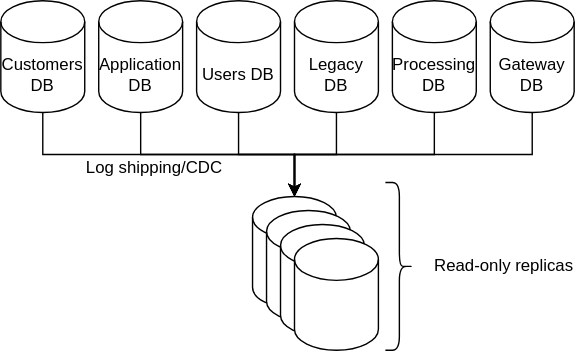
Earlier version of the draw.io export presentations/diagrams/problem-2-data-extraction-pipeline.svg (andykuszyk/andykuszyk.github.io). Source tidied: cells renumbered, new cells last; positions are measured from the earlier drawing's top-left corner, leaving out a move shared by most shapes. Its diagram source:
```xml
<mxGraphModel>
  <root>
    <mxCell id="0" />
    <mxCell id="1" parent="0" />
    <mxCell id="2" style="edgeStyle=orthogonalEdgeStyle;rounded=0;orthogonalLoop=1;jettySize=auto;html=1;entryX=0.5;entryY=0;entryDx=0;entryDy=0;" parent="1" edge="1">
      <mxGeometry relative="1" as="geometry">
        <mxPoint x="340" y="330" as="sourcePoint" />
      </mxGeometry>
    </mxCell>
    <mxCell id="3" style="edgeStyle=orthogonalEdgeStyle;rounded=0;jettySize=auto;html=1;entryX=0.5;entryY=0;entryDx=0;entryDy=0;entryPerimeter=0;exitX=0.5;exitY=1;exitDx=0;exitDy=0;exitPerimeter=0;" parent="1" edge="1" source="4" target="15">
      <mxGeometry relative="1" as="geometry" />
    </mxCell>
    <mxCell id="4" value="Customers DB" style="shape=cylinder3;whiteSpace=wrap;html=1;boundedLbl=1;backgroundOutline=1;size=15;" parent="1" vertex="1">
      <mxGeometry width="60" height="80" as="geometry" />
    </mxCell>
    <mxCell id="5" style="edgeStyle=orthogonalEdgeStyle;rounded=0;jettySize=auto;html=1;entryX=0.5;entryY=0;entryDx=0;entryDy=0;entryPerimeter=0;exitX=0.5;exitY=1;exitDx=0;exitDy=0;exitPerimeter=0;" parent="1" edge="1" source="6" target="15">
      <mxGeometry relative="1" as="geometry" />
    </mxCell>
    <mxCell id="6" value="Application DB" style="shape=cylinder3;whiteSpace=wrap;html=1;boundedLbl=1;backgroundOutline=1;size=15;" parent="1" vertex="1">
      <mxGeometry x="70" width="60" height="80" as="geometry" />
    </mxCell>
    <mxCell id="7" style="edgeStyle=orthogonalEdgeStyle;rounded=0;jettySize=auto;html=1;entryX=0.5;entryY=0;entryDx=0;entryDy=0;entryPerimeter=0;" parent="1" edge="1" source="8" target="15">
      <mxGeometry relative="1" as="geometry" />
    </mxCell>
    <mxCell id="8" value="Users DB" style="shape=cylinder3;whiteSpace=wrap;html=1;boundedLbl=1;backgroundOutline=1;size=15;" parent="1" vertex="1">
      <mxGeometry x="140" width="60" height="80" as="geometry" />
    </mxCell>
    <mxCell id="9" style="edgeStyle=orthogonalEdgeStyle;rounded=0;jettySize=auto;html=1;entryX=0.5;entryY=0;entryDx=0;entryDy=0;entryPerimeter=0;exitX=0.5;exitY=1;exitDx=0;exitDy=0;exitPerimeter=0;" parent="1" edge="1" source="10" target="15">
      <mxGeometry relative="1" as="geometry" />
    </mxCell>
    <mxCell id="10" value="Gateway DB" style="shape=cylinder3;whiteSpace=wrap;html=1;boundedLbl=1;backgroundOutline=1;size=15;" parent="1" vertex="1">
      <mxGeometry x="350" width="60" height="80" as="geometry" />
    </mxCell>
    <mxCell id="11" style="edgeStyle=orthogonalEdgeStyle;rounded=0;jettySize=auto;html=1;entryX=0.5;entryY=0;entryDx=0;entryDy=0;entryPerimeter=0;exitX=0.5;exitY=1;exitDx=0;exitDy=0;exitPerimeter=0;" parent="1" edge="1" source="12" target="15">
      <mxGeometry relative="1" as="geometry" />
    </mxCell>
    <mxCell id="12" value="Processing DB" style="shape=cylinder3;whiteSpace=wrap;html=1;boundedLbl=1;backgroundOutline=1;size=15;" parent="1" vertex="1">
      <mxGeometry x="280" width="60" height="80" as="geometry" />
    </mxCell>
    <mxCell id="13" style="edgeStyle=orthogonalEdgeStyle;rounded=0;jettySize=auto;html=1;entryX=0.5;entryY=0;entryDx=0;entryDy=0;entryPerimeter=0;exitX=0.5;exitY=1;exitDx=0;exitDy=0;exitPerimeter=0;" parent="1" edge="1" source="14" target="15">
      <mxGeometry relative="1" as="geometry" />
    </mxCell>
    <mxCell id="14" value="Legacy DB" style="shape=cylinder3;whiteSpace=wrap;html=1;boundedLbl=1;backgroundOutline=1;size=15;" parent="1" vertex="1">
      <mxGeometry x="210" width="60" height="80" as="geometry" />
    </mxCell>
    <mxCell id="15" style="shape=cylinder3;whiteSpace=wrap;html=1;boundedLbl=1;backgroundOutline=1;size=15;" parent="1" vertex="1">
      <mxGeometry x="180" y="140" width="60" height="80" as="geometry" />
    </mxCell>
    <mxCell id="16" style="shape=cylinder3;whiteSpace=wrap;html=1;boundedLbl=1;backgroundOutline=1;size=15;" parent="1" vertex="1">
      <mxGeometry x="190" y="150" width="60" height="80" as="geometry" />
    </mxCell>
    <mxCell id="17" style="shape=cylinder3;whiteSpace=wrap;html=1;boundedLbl=1;backgroundOutline=1;size=15;" parent="1" vertex="1">
      <mxGeometry x="200" y="160" width="60" height="80" as="geometry" />
    </mxCell>
    <mxCell id="18" style="shape=cylinder3;whiteSpace=wrap;html=1;boundedLbl=1;backgroundOutline=1;size=15;" parent="1" vertex="1">
      <mxGeometry x="210" y="170" width="60" height="80" as="geometry" />
    </mxCell>
    <mxCell id="19" style="shape=curlyBracket;whiteSpace=wrap;html=1;rounded=1;direction=west;" parent="1" vertex="1">
      <mxGeometry x="275" y="130" width="20" height="120" as="geometry" />
    </mxCell>
    <mxCell id="20" value="Read-only replicas" style="text;html=1;strokeColor=none;fillColor=none;align=center;verticalAlign=middle;whiteSpace=wrap;rounded=0;" parent="1" vertex="1">
      <mxGeometry x="305" y="180" width="110" height="20" as="geometry" />
    </mxCell>
    <mxCell id="21" value="Log shipping/CDC" style="text;html=1;strokeColor=none;fillColor=none;align=center;verticalAlign=middle;whiteSpace=wrap;rounded=0;" parent="1" vertex="1">
      <mxGeometry x="50" y="110" width="120" height="20" as="geometry" />
    </mxCell>
  </root>
</mxGraphModel>
```
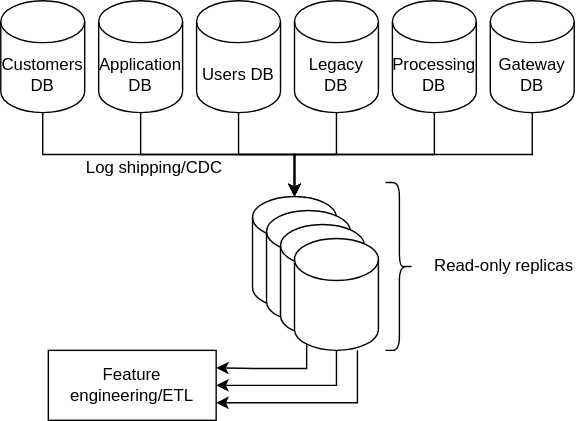
Later version of the same file.

Change to the diagram source:
```diff
@@ -52,6 +52,20 @@
     <mxCell id="17" style="shape=cylinder3;whiteSpace=wrap;html=1;boundedLbl=1;backgroundOutline=1;size=15;" parent="1" vertex="1">
       <mxGeometry x="200" y="160" width="60" height="80" as="geometry" />
     </mxCell>
+    <mxCell id="22" style="edgeStyle=orthogonalEdgeStyle;rounded=0;jettySize=auto;html=1;entryX=1;entryY=0.75;entryDx=0;entryDy=0;exitX=0.75;exitY=1;exitDx=0;exitDy=0;exitPerimeter=0;" parent="1" edge="1" source="18" target="25">
+      <mxGeometry relative="1" as="geometry" />
+    </mxCell>
+    <mxCell id="23" style="edgeStyle=orthogonalEdgeStyle;rounded=0;jettySize=auto;html=1;entryX=1;entryY=0.5;entryDx=0;entryDy=0;exitX=0.5;exitY=1;exitDx=0;exitDy=0;exitPerimeter=0;" parent="1" edge="1" source="18" target="25">
+      <mxGeometry relative="1" as="geometry" />
+    </mxCell>
+    <mxCell id="24" style="edgeStyle=orthogonalEdgeStyle;rounded=0;jettySize=auto;html=1;exitX=0.145;exitY=1;exitDx=0;exitDy=-4.35;exitPerimeter=0;entryX=1;entryY=0.25;entryDx=0;entryDy=0;" parent="1" edge="1" source="18" target="25">
+      <mxGeometry relative="1" as="geometry">
+        <Array as="points">
+          <mxPoint x="219" y="263" />
+          <mxPoint x="182" y="263" />
+        </Array>
+      </mxGeometry>
+    </mxCell>
     <mxCell id="18" style="shape=cylinder3;whiteSpace=wrap;html=1;boundedLbl=1;backgroundOutline=1;size=15;" parent="1" vertex="1">
       <mxGeometry x="210" y="170" width="60" height="80" as="geometry" />
     </mxCell>
@@ -64,5 +78,8 @@
     <mxCell id="21" value="Log shipping/CDC" style="text;html=1;strokeColor=none;fillColor=none;align=center;verticalAlign=middle;whiteSpace=wrap;rounded=0;" parent="1" vertex="1">
       <mxGeometry x="50" y="110" width="120" height="20" as="geometry" />
     </mxCell>
+    <mxCell id="25" value="Feature engineering/ETL" style="rounded=0;whiteSpace=wrap;html=1;" parent="1" vertex="1">
+      <mxGeometry x="34" y="250" width="120" height="50" as="geometry" />
+    </mxCell>
   </root>
 </mxGraphModel>
```
